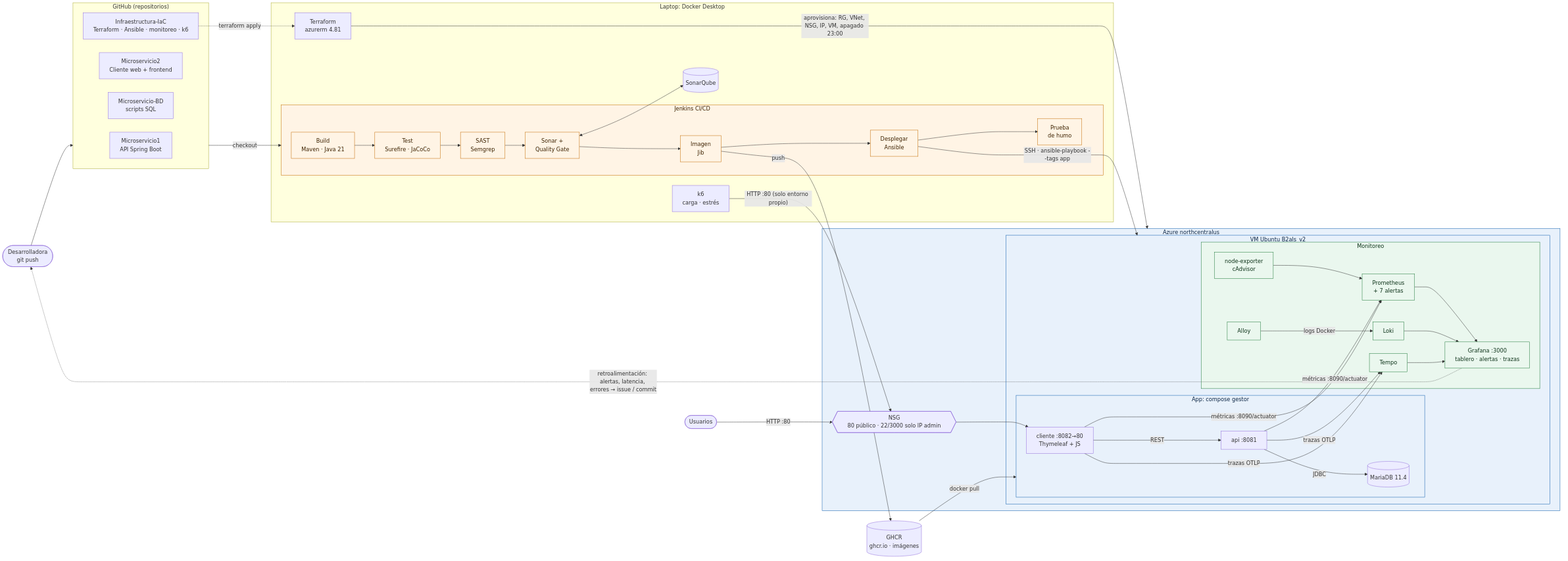
This is docs/arquitectura.png from Karen-Anahi-Padron-Martinez/Infraestructura-IaC, a Mermaid export, as it was before one commit. Its source is kept beside it as docs/arquitectura.mmd.
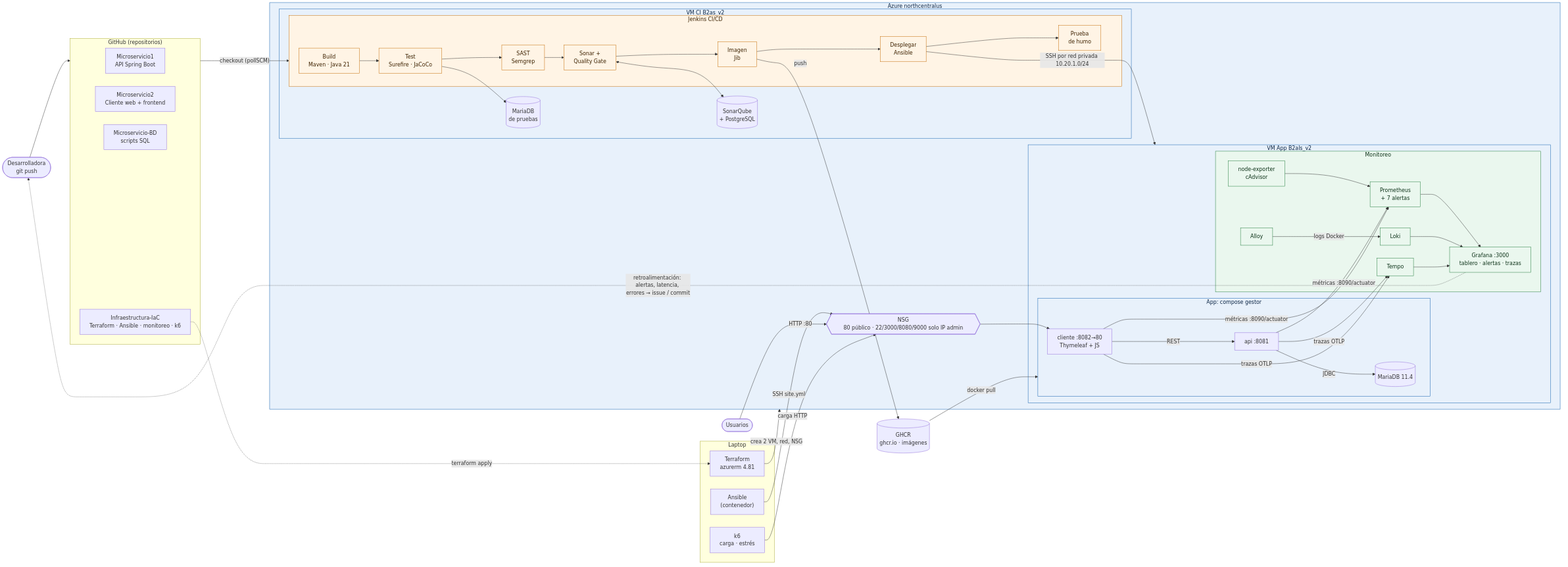
The same diagram one commit later.

Commit message:
Diagrama con la VM de CI en Azure; Jenkins con un solo ejecutor (INC-12)

Diff of the diagram source:
```diff
@@ -10,14 +10,10 @@
     riac["Infraestructura-IaC<br/>Terraform · Ansible · monitoreo · k6"]
   end
 
-  subgraph LOCAL["Laptop: Docker Desktop"]
+  subgraph LOCAL["Laptop"]
     direction TB
-    subgraph JK["Jenkins CI/CD"]
-      direction LR
-      s1["Build<br/>Maven · Java 21"] --> s2["Test<br/>Surefire · JaCoCo"] --> s3["SAST<br/>Semgrep"] --> s4["Sonar +<br/>Quality Gate"] --> s5["Imagen<br/>Jib"] --> s6["Desplegar<br/>Ansible"] --> s7["Prueba<br/>de humo"]
-    end
-    sq[("SonarQube")]
     tf["Terraform<br/>azurerm 4.81"]
+    ans["Ansible<br/>(contenedor)"]
     k6["k6<br/>carga · estrés"]
   end
 
@@ -25,8 +21,17 @@
 
   subgraph AZ["Azure northcentralus"]
     direction TB
-    nsg{{"NSG<br/>80 público · 22/3000 solo IP admin"}}
-    subgraph VM["VM Ubuntu B2als_v2"]
+    nsg{{"NSG<br/>80 público · 22/3000/8080/9000 solo IP admin"}}
+    subgraph VMCI["VM CI B2as_v2"]
+      direction TB
+      subgraph JK["Jenkins CI/CD"]
+        direction LR
+        s1["Build<br/>Maven · Java 21"] --> s2["Test<br/>Surefire · JaCoCo"] --> s3["SAST<br/>Semgrep"] --> s4["Sonar +<br/>Quality Gate"] --> s5["Imagen<br/>Jib"] --> s6["Desplegar<br/>Ansible"] --> s7["Prueba<br/>de humo"]
+      end
+      sq[("SonarQube<br/>+ PostgreSQL")]
+      mdbci[("MariaDB<br/>de pruebas")]
+    end
+    subgraph VM["VM App B2als_v2"]
       direction TB
       subgraph APP["App: compose gestor"]
         direction LR
@@ -47,15 +52,17 @@
   usr(["Usuarios"])
 
   dev --> GH
-  GH -- checkout --> JK
+  GH -- "checkout (pollSCM)" --> JK
   s4 <--> sq
+  s2 --> mdbci
   s5 -- push --> ghcr
   riac -. "terraform apply" .-> tf
-  tf -- "aprovisiona: RG, VNet, NSG, IP, VM, apagado 23:00" --> AZ
-  s6 -- "SSH · ansible-playbook --tags app" --> VM
+  tf -- "crea 2 VM, red, NSG" --> AZ
+  ans -- "SSH site.yml" --> nsg
+  s6 -- "SSH por red privada 10.20.1.0/24" --> VM
   ghcr -- "docker pull" --> APP
   usr -- "HTTP :80" --> nsg --> cli
-  k6 -- "HTTP :80 (solo entorno propio)" --> nsg
+  k6 -- "carga HTTP" --> nsg
 
   api & cli -- "métricas :8090/actuator" --> prom
   nodeexp --> prom
@@ -67,6 +74,6 @@
   classDef nube fill:#e8f1fb,stroke:#0b5cad,color:#0b2545
   classDef ci fill:#fff4e5,stroke:#c26a00,color:#3d2200
   classDef obs fill:#eaf7ee,stroke:#1f7a3a,color:#0d3319
-  class AZ,VM,APP nube
+  class AZ,VM,APP,VMCI nube
   class JK,s1,s2,s3,s4,s5,s6,s7 ci
   class MON,prom,loki,alloy,tempo,nodeexp,graf obs
```
